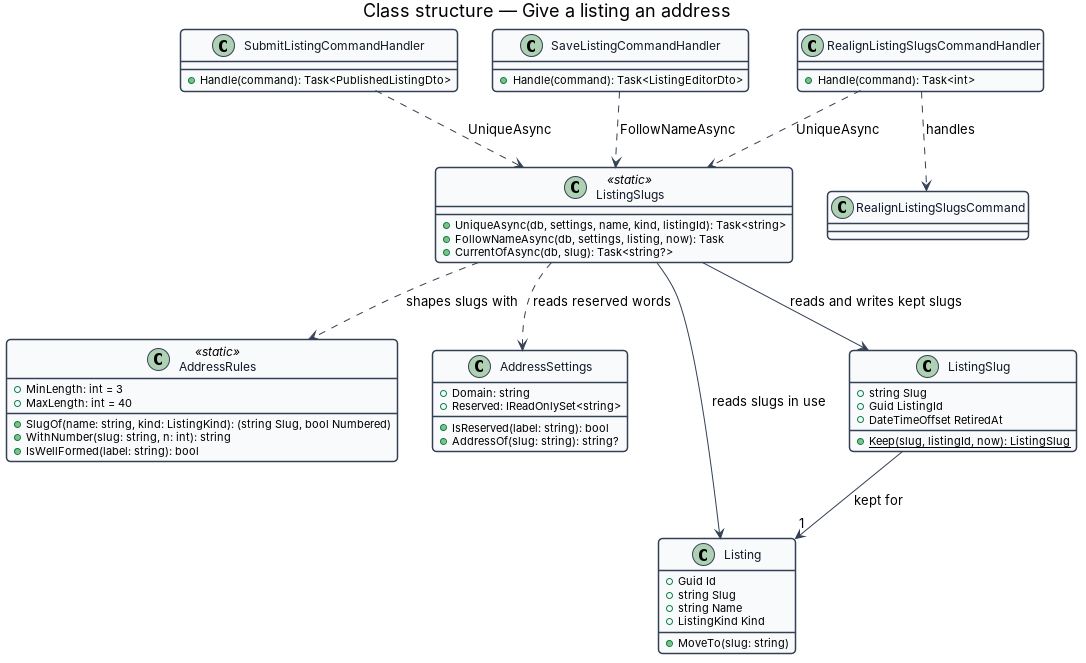
Earlier version of the PlantUML export docs/detailed-designs/listings/give-listing-an-address/diagrams/class-structure.png (QuinntyneBrown/jubilee). Its source is kept beside it as docs/detailed-designs/listings/give-listing-an-address/diagrams/class-structure.puml.
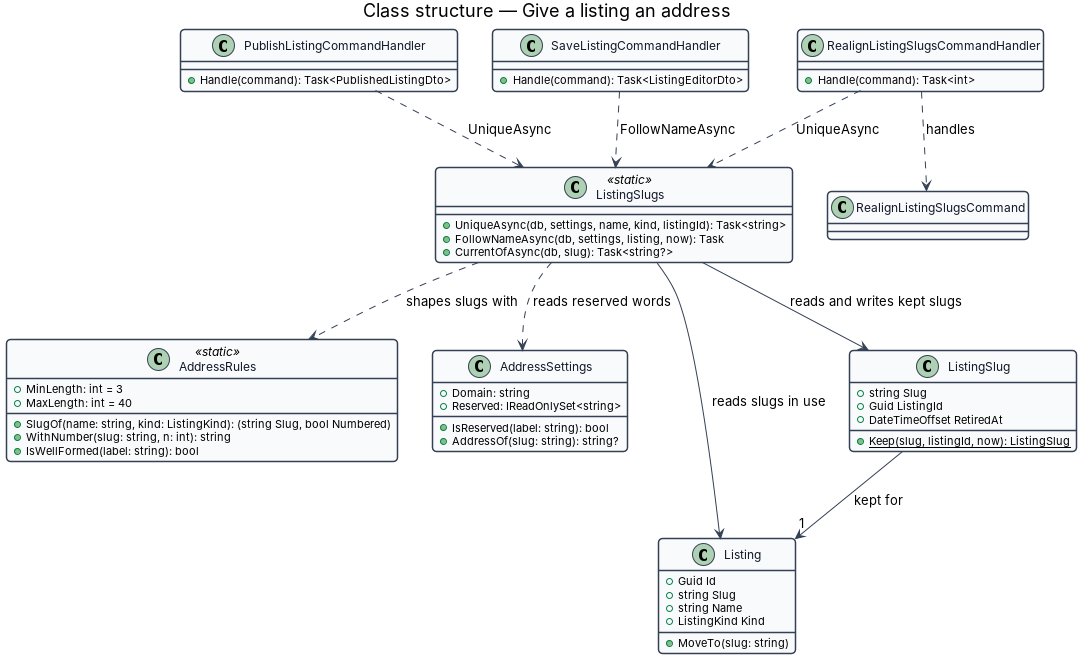
Later version of the same file.

The edit, as a diff of the source:
```diff
@@ -32,7 +32,7 @@
   +CurrentOfAsync(db, slug): Task<string?>
 }
 
-class SubmitListingCommandHandler {
+class PublishListingCommandHandler {
   +Handle(command): Task<PublishedListingDto>
 }
 
@@ -65,7 +65,7 @@
 ListingSlugs ..> AddressSettings : reads reserved words
 ListingSlugs --> Listing : reads slugs in use
 ListingSlugs --> ListingSlug : reads and writes kept slugs
-SubmitListingCommandHandler ..> ListingSlugs : UniqueAsync
+PublishListingCommandHandler ..> ListingSlugs : UniqueAsync
 SaveListingCommandHandler ..> ListingSlugs : FollowNameAsync
 RealignListingSlugsCommandHandler ..> RealignListingSlugsCommand : handles
 RealignListingSlugsCommandHandler ..> ListingSlugs : UniqueAsync
```
